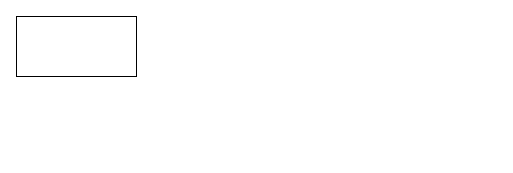
Before: p01/EA-Diagram.drawio in SrGesus/bd-projects-23, a draw.io diagram. Source tidied: cells renumbered, new cells numbered last; positions are measured from the earlier drawing's top-left corner, leaving out a move shared by most shapes. Both pictures are drawn from the tidied source at 100%, with x=0, y=0 at pixel (16, 16).
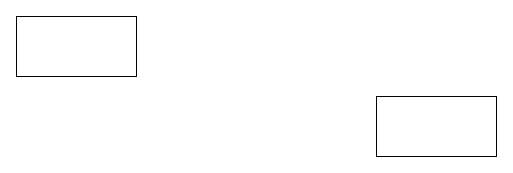
Above is the later version.

Diff of the diagram source:
```diff
@@
 <mxGraphModel>
   <root>
     <mxCell id="0" />
     <mxCell id="1" parent="0" />
     <mxCell id="2" style="whiteSpace=wrap;html=1;" parent="1" vertex="1">
       <mxGeometry width="120" height="60" as="geometry" />
     </mxCell>
+    <mxCell id="3" style="rounded=0;whiteSpace=wrap;html=1;" parent="1" vertex="1">
+      <mxGeometry x="360" y="80" width="120" height="60" as="geometry" />
+    </mxCell>
   </root>
 </mxGraphModel>
```
